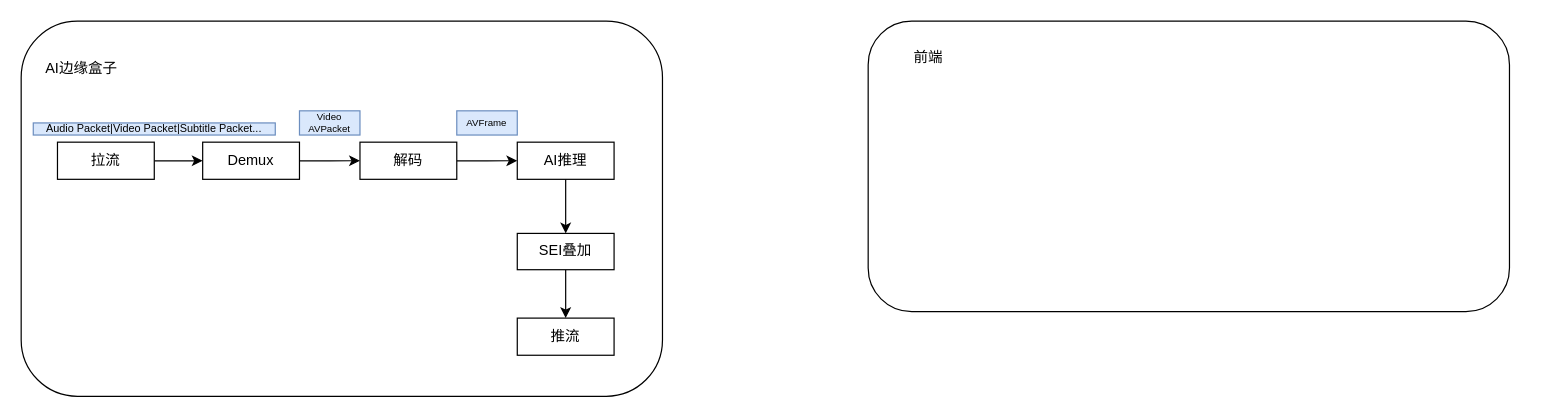
The draw.io diagram 基于SEI的前端渲染技术方案.drawio in mailliw2010/i-800, before the edit. Source tidied: cells renumbered, new cells numbered last; positions are measured from the earlier drawing's top-left corner, leaving out a move shared by most shapes. Both pictures are drawn from the tidied source at 121%, with x=0, y=0 at pixel (21, 21).
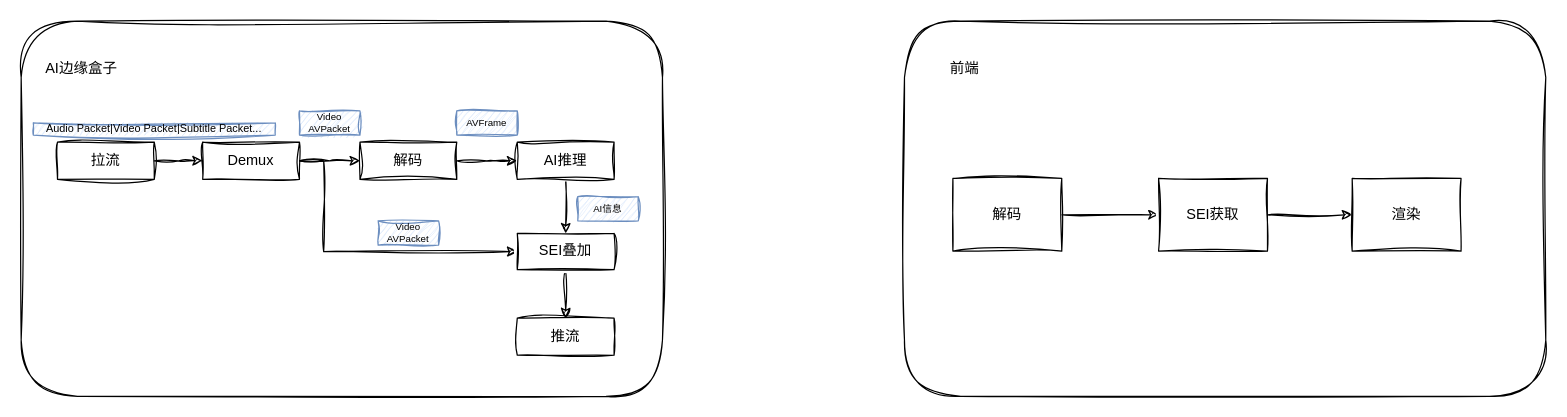
The same page after the edit.

Commit message (it also covers changes not shown here):
更新基于SEI的前端渲染技术方案.drawio

Diff of the diagram source:
```diff
@@
-    <mxCell id="2" style="group;" parent="1" vertex="1">
-      <mxGeometry x="700" width="530" height="240" as="geometry" />
+    <mxCell id="2" style="group;sketch=1;curveFitting=1;jiggle=2;" parent="1" vertex="1">
+      <mxGeometry x="730" width="530" height="310" as="geometry" />
     </mxCell>
-    <mxCell id="3" style="rounded=1;whiteSpace=wrap;html=1;" parent="2" vertex="1">
-      <mxGeometry width="530" height="240" as="geometry" />
+    <mxCell id="3" style="rounded=1;whiteSpace=wrap;html=1;sketch=1;curveFitting=1;jiggle=2;" parent="2" vertex="1">
+      <mxGeometry width="530" height="310" as="geometry" />
     </mxCell>
-    <mxCell id="4" value="前端" style="text;html=1;align=center;verticalAlign=middle;whiteSpace=wrap;rounded=0;" parent="2" vertex="1">
-      <mxGeometry x="10" y="15" width="80" height="30" as="geometry" />
+    <mxCell id="4" value="前端" style="text;html=1;align=center;verticalAlign=middle;whiteSpace=wrap;rounded=0;sketch=1;curveFitting=1;jiggle=2;" parent="2" vertex="1">
+      <mxGeometry x="10" y="19.4" width="80" height="38.8" as="geometry" />
     </mxCell>
+    <mxCell id="22" style="edgeStyle=orthogonalEdgeStyle;rounded=0;jettySize=auto;html=1;entryX=0;entryY=0.5;entryDx=0;entryDy=0;sketch=1;curveFitting=1;jiggle=2;" parent="2" edge="1" source="23" target="25">
+      <mxGeometry relative="1" as="geometry" />
+    </mxCell>
+    <mxCell id="23" value="解码" style="rounded=0;whiteSpace=wrap;html=1;sketch=1;curveFitting=1;jiggle=2;" parent="2" vertex="1">
+      <mxGeometry x="40" y="130" width="90" height="60" as="geometry" />
+    </mxCell>
+    <mxCell id="24" style="edgeStyle=orthogonalEdgeStyle;rounded=0;jettySize=auto;html=1;entryX=0;entryY=0.5;entryDx=0;entryDy=0;sketch=1;curveFitting=1;jiggle=2;" parent="2" edge="1" source="25" target="26">
+      <mxGeometry relative="1" as="geometry" />
+    </mxCell>
+    <mxCell id="25" value="SEI获取" style="rounded=0;whiteSpace=wrap;html=1;sketch=1;curveFitting=1;jiggle=2;" parent="2" vertex="1">
+      <mxGeometry x="210" y="130" width="90" height="60" as="geometry" />
+    </mxCell>
+    <mxCell id="26" value="渲染" style="rounded=0;whiteSpace=wrap;html=1;sketch=1;curveFitting=1;jiggle=2;" parent="2" vertex="1">
+      <mxGeometry x="370" y="130" width="90" height="60" as="geometry" />
+    </mxCell>
-    <mxCell id="5" style="group;" parent="1" vertex="1">
+    <mxCell id="5" style="group;sketch=1;curveFitting=1;jiggle=2;" parent="1" vertex="1">
       <mxGeometry width="530" height="310" as="geometry" />
     </mxCell>
-    <mxCell id="6" style="rounded=1;whiteSpace=wrap;html=1;" parent="5" vertex="1">
+    <mxCell id="6" style="rounded=1;whiteSpace=wrap;html=1;sketch=1;curveFitting=1;jiggle=2;" parent="5" vertex="1">
       <mxGeometry width="530" height="310" as="geometry" />
     </mxCell>
-    <mxCell id="7" value="AI边缘盒子" style="text;html=1;align=center;verticalAlign=middle;whiteSpace=wrap;rounded=0;" parent="5" vertex="1">
+    <mxCell id="7" value="AI边缘盒子" style="text;html=1;align=center;verticalAlign=middle;whiteSpace=wrap;rounded=0;sketch=1;curveFitting=1;jiggle=2;" parent="5" vertex="1">
       <mxGeometry x="10" y="19.4" width="80" height="38.8" as="geometry" />
     </mxCell>
-    <mxCell id="8" style="edgeStyle=orthogonalEdgeStyle;rounded=0;jettySize=auto;html=1;entryX=0;entryY=0.5;entryDx=0;entryDy=0;" parent="5" edge="1" source="9" target="11">
+    <mxCell id="8" style="edgeStyle=orthogonalEdgeStyle;rounded=0;jettySize=auto;html=1;entryX=0;entryY=0.5;entryDx=0;entryDy=0;sketch=1;curveFitting=1;jiggle=2;" parent="5" edge="1" source="9" target="11">
       <mxGeometry relative="1" as="geometry" />
     </mxCell>
-    <mxCell id="9" value="拉流" style="rounded=0;whiteSpace=wrap;html=1;" parent="5" vertex="1">
+    <mxCell id="9" value="拉流" style="rounded=0;whiteSpace=wrap;html=1;sketch=1;curveFitting=1;jiggle=2;" parent="5" vertex="1">
       <mxGeometry x="30" y="100" width="80" height="30.7" as="geometry" />
     </mxCell>
-    <mxCell id="10" style="edgeStyle=orthogonalEdgeStyle;rounded=0;jettySize=auto;html=1;entryX=0;entryY=0.5;entryDx=0;entryDy=0;" parent="5" edge="1" source="11" target="13">
+    <mxCell id="10" style="edgeStyle=orthogonalEdgeStyle;rounded=0;jettySize=auto;html=1;entryX=0;entryY=0.5;entryDx=0;entryDy=0;sketch=1;curveFitting=1;jiggle=2;" parent="5" edge="1" source="11" target="13">
       <mxGeometry relative="1" as="geometry" />
     </mxCell>
+    <mxCell id="27" style="edgeStyle=orthogonalEdgeStyle;rounded=0;jettySize=auto;html=1;entryX=0;entryY=0.5;entryDx=0;entryDy=0;sketch=1;curveFitting=1;jiggle=2;" parent="5" edge="1" source="11" target="17">
+      <mxGeometry relative="1" as="geometry">
+        <Array as="points">
+          <mxPoint x="250" y="115" />
+          <mxPoint x="250" y="190" />
+        </Array>
+      </mxGeometry>
+    </mxCell>
-    <mxCell id="11" value="Demux" style="rounded=0;whiteSpace=wrap;html=1;" parent="5" vertex="1">
+    <mxCell id="11" value="Demux" style="rounded=0;whiteSpace=wrap;html=1;sketch=1;curveFitting=1;jiggle=2;" parent="5" vertex="1">
       <mxGeometry x="150" y="100" width="80" height="30.7" as="geometry" />
     </mxCell>
-    <mxCell id="12" style="edgeStyle=orthogonalEdgeStyle;rounded=0;jettySize=auto;html=1;entryX=0;entryY=0.5;entryDx=0;entryDy=0;" parent="5" edge="1" source="13" target="15">
+    <mxCell id="12" style="edgeStyle=orthogonalEdgeStyle;rounded=0;jettySize=auto;html=1;entryX=0;entryY=0.5;entryDx=0;entryDy=0;sketch=1;curveFitting=1;jiggle=2;" parent="5" edge="1" source="13" target="15">
       <mxGeometry relative="1" as="geometry" />
     </mxCell>
-    <mxCell id="13" value="解码" style="rounded=0;whiteSpace=wrap;html=1;" parent="5" vertex="1">
+    <mxCell id="13" value="解码" style="rounded=0;whiteSpace=wrap;html=1;sketch=1;curveFitting=1;jiggle=2;" parent="5" vertex="1">
       <mxGeometry x="280" y="100" width="80" height="30.7" as="geometry" />
     </mxCell>
-    <mxCell id="14" style="edgeStyle=orthogonalEdgeStyle;rounded=0;jettySize=auto;html=1;entryX=0.5;entryY=0;entryDx=0;entryDy=0;" parent="5" edge="1" source="15" target="17">
+    <mxCell id="14" style="edgeStyle=orthogonalEdgeStyle;rounded=0;jettySize=auto;html=1;entryX=0.5;entryY=0;entryDx=0;entryDy=0;sketch=1;curveFitting=1;jiggle=2;" parent="5" edge="1" source="15" target="17">
       <mxGeometry relative="1" as="geometry" />
     </mxCell>
-    <mxCell id="15" value="AI推理" style="rounded=0;whiteSpace=wrap;html=1;" parent="5" vertex="1">
+    <mxCell id="15" value="AI推理" style="rounded=0;whiteSpace=wrap;html=1;sketch=1;curveFitting=1;jiggle=2;" parent="5" vertex="1">
       <mxGeometry x="410" y="100" width="80" height="30.7" as="geometry" />
     </mxCell>
-    <mxCell id="16" style="edgeStyle=orthogonalEdgeStyle;rounded=0;jettySize=auto;html=1;entryX=0.5;entryY=0;entryDx=0;entryDy=0;" parent="5" edge="1" source="17" target="18">
+    <mxCell id="16" style="edgeStyle=orthogonalEdgeStyle;rounded=0;jettySize=auto;html=1;entryX=0.5;entryY=0;entryDx=0;entryDy=0;sketch=1;curveFitting=1;jiggle=2;" parent="5" edge="1" source="17" target="18">
       <mxGeometry relative="1" as="geometry" />
     </mxCell>
-    <mxCell id="17" value="SEI叠加" style="rounded=0;whiteSpace=wrap;html=1;" parent="5" vertex="1">
+    <mxCell id="17" value="SEI叠加" style="rounded=0;whiteSpace=wrap;html=1;sketch=1;curveFitting=1;jiggle=2;" parent="5" vertex="1">
       <mxGeometry x="410" y="175.4" width="80" height="30" as="geometry" />
     </mxCell>
-    <mxCell id="18" value="推流" style="rounded=0;whiteSpace=wrap;html=1;" parent="5" vertex="1">
+    <mxCell id="18" value="推流" style="rounded=0;whiteSpace=wrap;html=1;sketch=1;curveFitting=1;jiggle=2;" parent="5" vertex="1">
       <mxGeometry x="410" y="245.4" width="80" height="30.7" as="geometry" />
     </mxCell>
-    <mxCell id="19" value="Video AVPacket" style="text;html=1;align=center;verticalAlign=middle;whiteSpace=wrap;rounded=0;fontSize=8;fillColor=#dae8fc;strokeColor=#6c8ebf;" parent="5" vertex="1">
+    <mxCell id="19" value="Video AVPacket" style="text;html=1;align=center;verticalAlign=middle;whiteSpace=wrap;rounded=0;fontSize=8;fillColor=#dae8fc;strokeColor=#6c8ebf;sketch=1;curveFitting=1;jiggle=2;" parent="5" vertex="1">
       <mxGeometry x="230" y="74.1" width="50" height="20" as="geometry" />
     </mxCell>
-    <mxCell id="20" value="AVFrame" style="text;html=1;align=center;verticalAlign=middle;whiteSpace=wrap;rounded=0;fontSize=8;fillColor=#dae8fc;strokeColor=#6c8ebf;" parent="5" vertex="1">
+    <mxCell id="20" value="AVFrame" style="text;html=1;align=center;verticalAlign=middle;whiteSpace=wrap;rounded=0;fontSize=8;fillColor=#dae8fc;strokeColor=#6c8ebf;sketch=1;curveFitting=1;jiggle=2;" parent="5" vertex="1">
       <mxGeometry x="360" y="74.1" width="50" height="20" as="geometry" />
     </mxCell>
-    <mxCell id="21" value="Audio Packet|Video Packet|Subtitle Packet..." style="text;html=1;align=center;verticalAlign=middle;whiteSpace=wrap;rounded=0;fontSize=9;fillColor=#dae8fc;strokeColor=#6c8ebf;" parent="5" vertex="1">
+    <mxCell id="21" value="Audio Packet|Video Packet|Subtitle Packet..." style="text;html=1;align=center;verticalAlign=middle;whiteSpace=wrap;rounded=0;fontSize=9;fillColor=#dae8fc;strokeColor=#6c8ebf;sketch=1;curveFitting=1;jiggle=2;" parent="5" vertex="1">
       <mxGeometry x="10" y="84.1" width="200" height="10" as="geometry" />
     </mxCell>
+    <mxCell id="28" value="AI信息" style="text;html=1;align=center;verticalAlign=middle;whiteSpace=wrap;rounded=0;fontSize=8;fillColor=#dae8fc;strokeColor=#6c8ebf;sketch=1;curveFitting=1;jiggle=2;" parent="5" vertex="1">
+      <mxGeometry x="460" y="145" width="50" height="20" as="geometry" />
+    </mxCell>
+    <mxCell id="29" value="Video AVPacket" style="text;html=1;align=center;verticalAlign=middle;whiteSpace=wrap;rounded=0;fontSize=8;fillColor=#dae8fc;strokeColor=#6c8ebf;sketch=1;curveFitting=1;jiggle=2;" parent="5" vertex="1">
+      <mxGeometry x="295" y="165" width="50" height="20" as="geometry" />
+    </mxCell>
```
